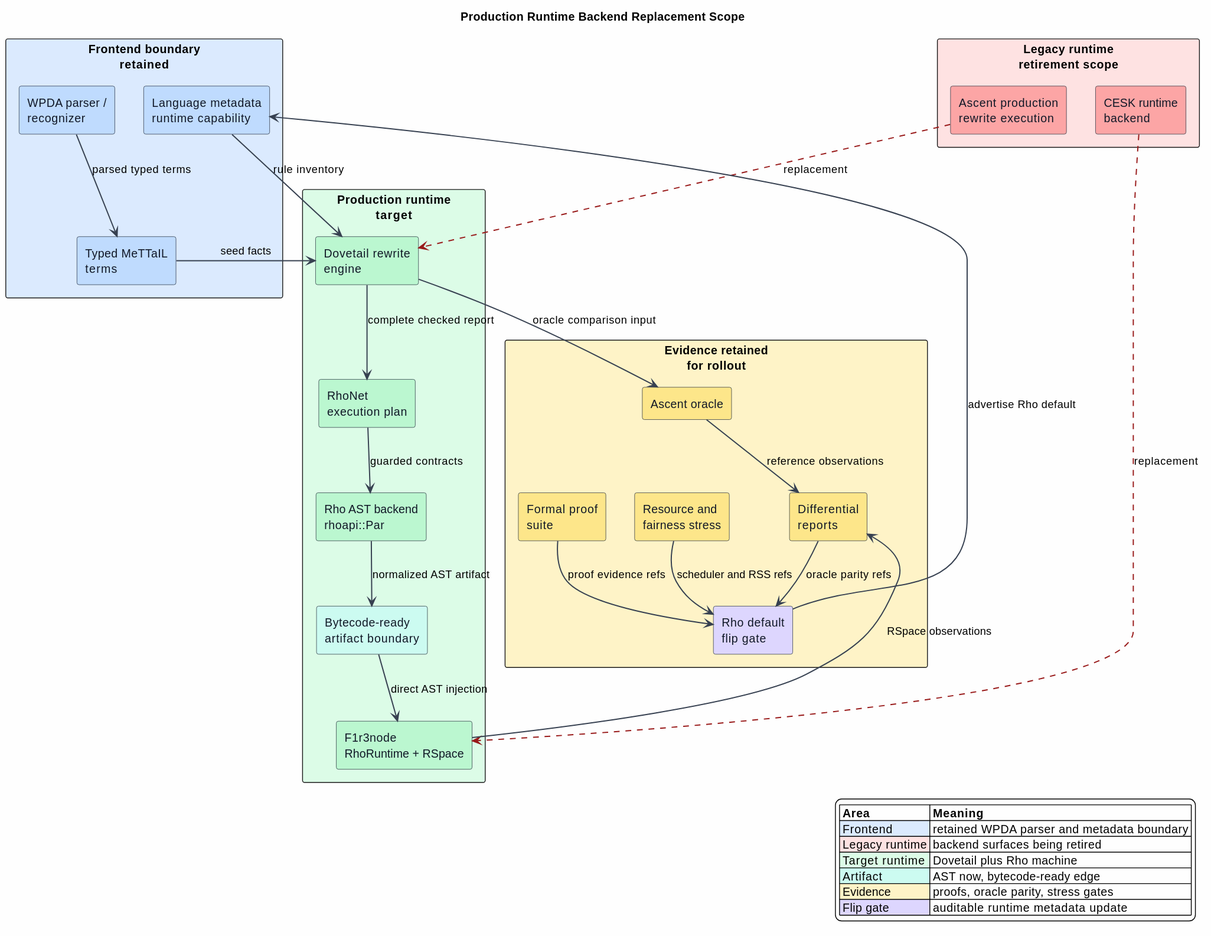
Earlier version of the PlantUML export docs/architecture/rho-native-integration/figures/08-production-runtime-backend-completion.svg (F1R3FLY-io/mettail-rust).
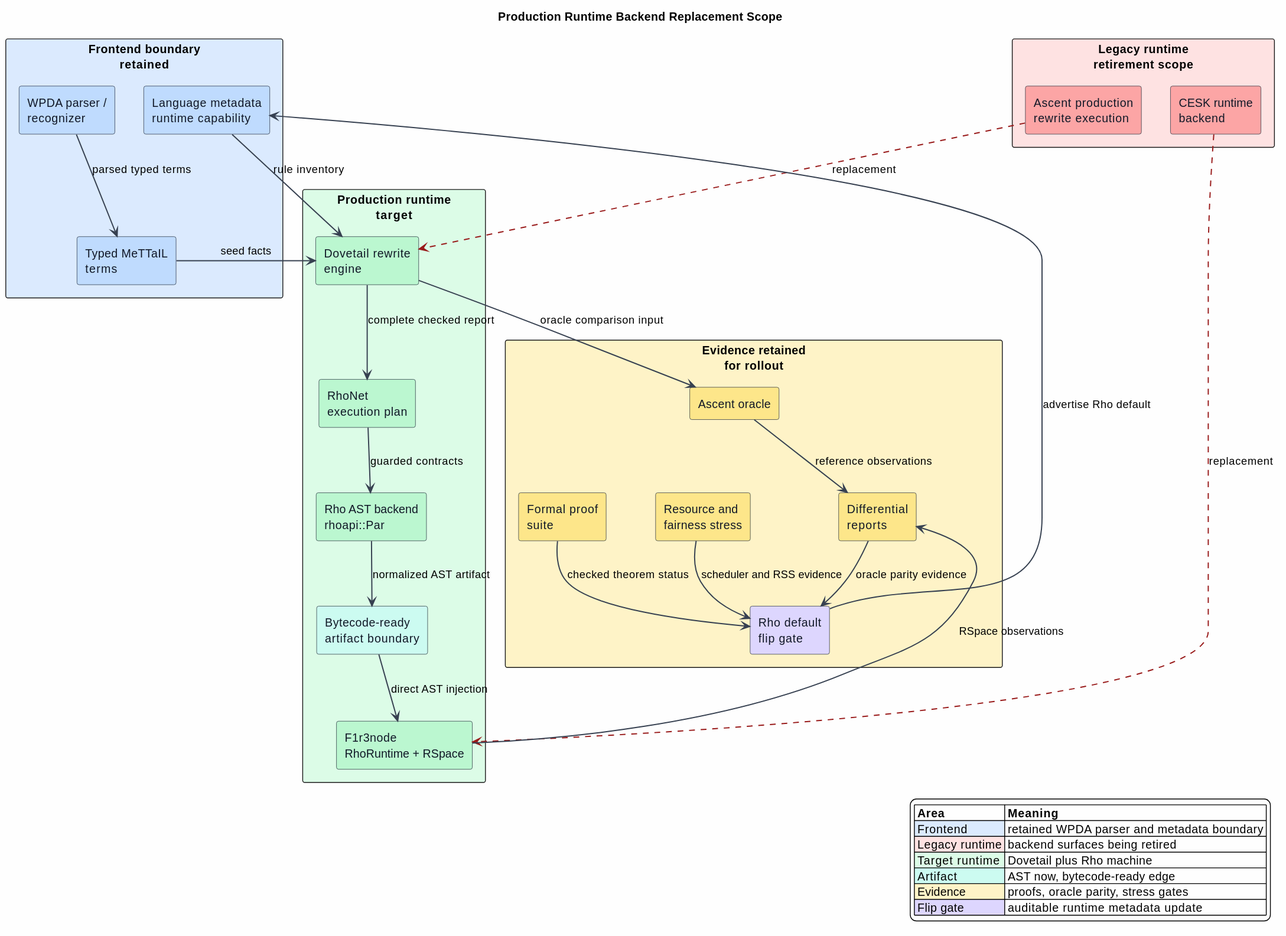
The same diagram one commit later.

Diff of the diagram source:
```diff
@@ -50,9 +50,9 @@
 Dovetail --> AscentOracle : oracle comparison input
 AscentOracle --> Diff : reference observations
 RhoRuntime --> Diff : RSpace observations
-Formal --> Gate : proof evidence refs
-Diff --> Gate : oracle parity refs
-Stress --> Gate : scheduler and RSS refs
+Formal --> Gate : checked theorem status
+Diff --> Gate : oracle parity evidence
+Stress --> Gate : scheduler and RSS evidence
 Gate --> Metadata : advertise Rho default
 
 legend right
```
